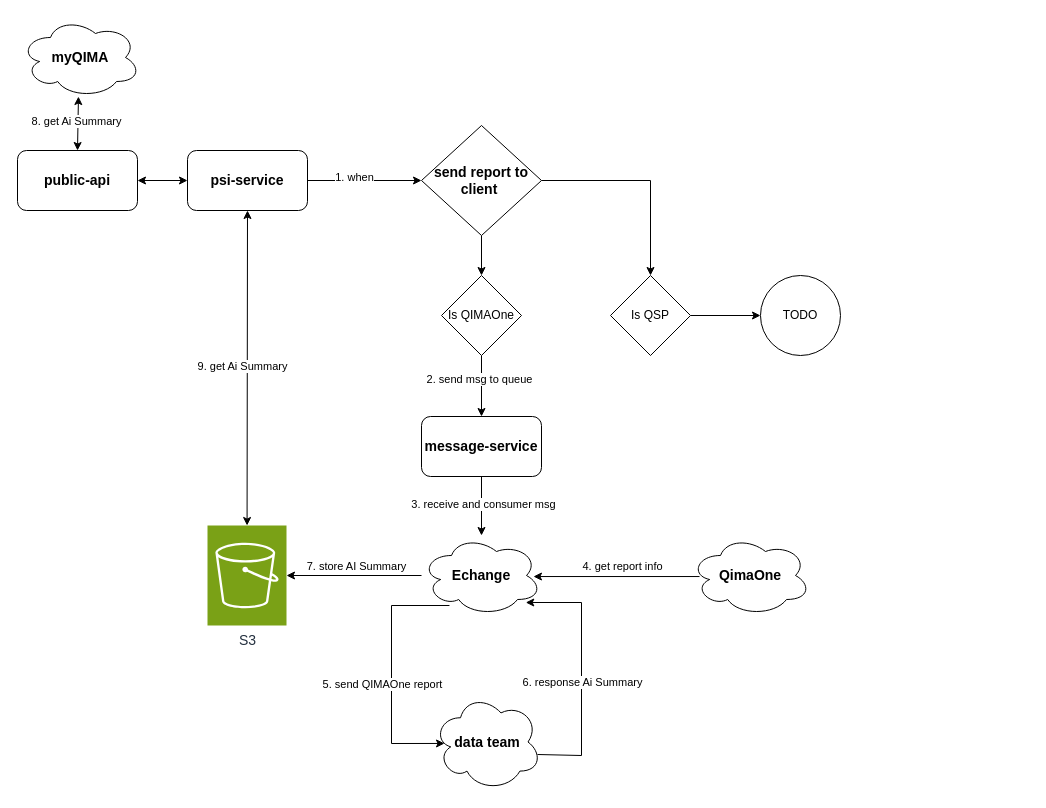
Earlier version of the draw.io diagram AI Summary.drawio (johnApp86/diagrams). Source tidied: cells renumbered, new cells numbered last; positions are measured from the earlier drawing's top-left corner, leaving out a move shared by most shapes. Both pictures are drawn from the tidied source at 100%, with x=0, y=0 at pixel (17, 17).
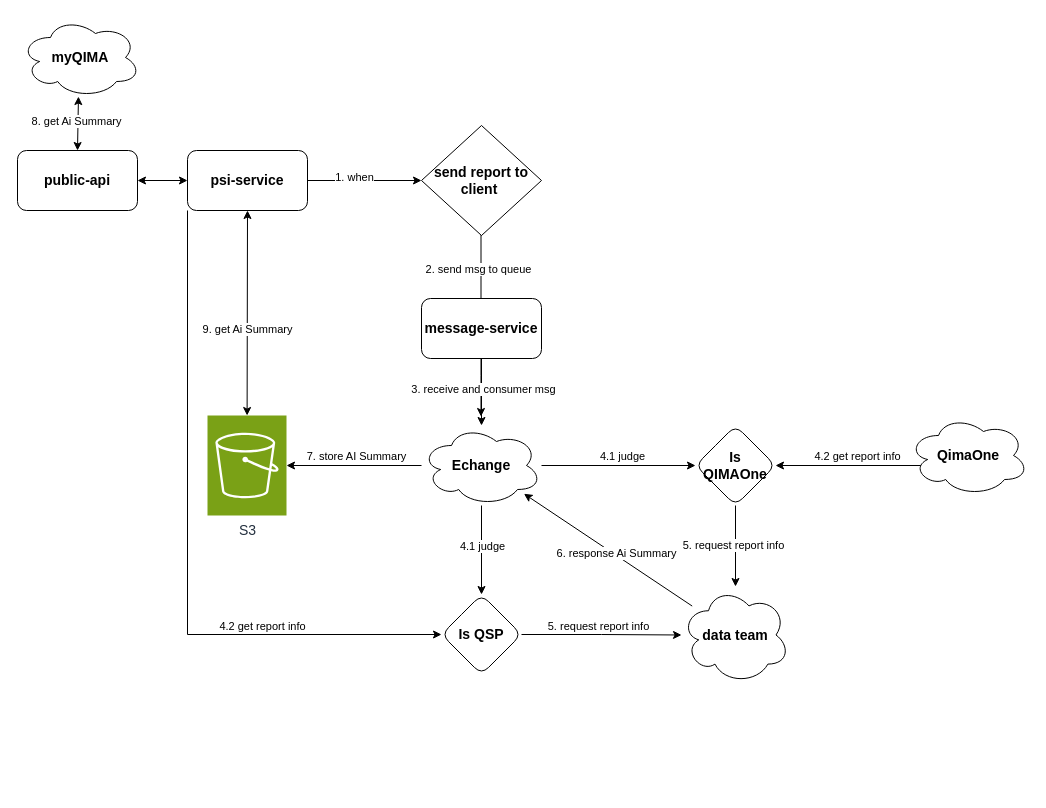
The same diagram, later.

The change refers to these unchanged cells:
```xml
<mxCell id="5" value="psi-service" style="rounded=1;whiteSpace=wrap;html=1;fontStyle=1;fontSize=14;" parent="1" vertex="1">
  <mxGeometry x="170" y="133" width="120" height="60" as="geometry" />
</mxCell>
<mxCell id="15" value="&lt;span style=&quot;font-size: 14px; font-weight: 700;&quot;&gt;send report to client&amp;nbsp;&lt;/span&gt;" style="rhombus;whiteSpace=wrap;html=1;" parent="1" vertex="1">
  <mxGeometry x="404" y="108" width="120" height="110" as="geometry" />
</mxCell>
```

The edit, as a diff of the source:
```diff
@@
+    <mxCell id="36" style="edgeStyle=orthogonalEdgeStyle;rounded=0;jettySize=auto;html=1;exitX=0;exitY=1;exitDx=0;exitDy=0;entryX=0;entryY=0.5;entryDx=0;entryDy=0;" parent="1" edge="1" source="5" target="25">
+      <mxGeometry relative="1" as="geometry">
+        <Array as="points">
+          <mxPoint x="170" y="617" />
+        </Array>
+      </mxGeometry>
+    </mxCell>
+    <mxCell id="37" value="4.2 get report info" style="edgeLabel;html=1;align=center;verticalAlign=middle;" parent="36" vertex="1">
+      <mxGeometry x="0.59" y="-2" relative="1" as="geometry">
+        <mxPoint x="-41" y="-11" as="offset" />
+      </mxGeometry>
+    </mxCell>
@@
-    <mxCell id="6" style="edgeStyle=orthogonalEdgeStyle;rounded=0;jettySize=auto;html=1;exitX=0.963;exitY=0.629;exitDx=0;exitDy=0;exitPerimeter=0;" parent="1" edge="1" source="8" target="20">
-      <mxGeometry relative="1" as="geometry">
-        <Array as="points">
-          <mxPoint x="564" y="738" />
-          <mxPoint x="564" y="585" />
-        </Array>
-      </mxGeometry>
-    </mxCell>
-    <mxCell id="7" value="&lt;font&gt;6. response Ai Summary&lt;/font&gt;" style="edgeLabel;html=1;align=center;verticalAlign=middle;fontStyle=0;" parent="6" vertex="1">
-      <mxGeometry x="-0.07" y="-2" relative="1" as="geometry">
-        <mxPoint x="-2" as="offset" />
-      </mxGeometry>
-    </mxCell>
     <mxCell id="8" value="data team" style="ellipse;shape=cloud;whiteSpace=wrap;html=1;fontSize=14;rounded=1;fontStyle=1;" parent="1" vertex="1">
-      <mxGeometry x="416" y="676" width="108" height="97" as="geometry" />
+      <mxGeometry x="664" y="569" width="108" height="97" as="geometry" />
     </mxCell>
-    <mxCell id="9" style="edgeStyle=orthogonalEdgeStyle;rounded=0;jettySize=auto;html=1;entryX=0.933;entryY=0.513;entryDx=0;entryDy=0;entryPerimeter=0;exitX=0.075;exitY=0.513;exitDx=0;exitDy=0;exitPerimeter=0;" parent="1" edge="1" source="11" target="20">
-      <mxGeometry relative="1" as="geometry" />
+    <mxCell id="9" style="edgeStyle=orthogonalEdgeStyle;rounded=0;jettySize=auto;html=1;exitX=0.083;exitY=0.625;exitDx=0;exitDy=0;exitPerimeter=0;entryX=1;entryY=0.5;entryDx=0;entryDy=0;" parent="1" edge="1" source="11" target="23">
+      <mxGeometry relative="1" as="geometry">
+        <Array as="points">
+          <mxPoint x="914" y="448" />
+        </Array>
+      </mxGeometry>
     </mxCell>
-    <mxCell id="10" value="4. get report info" style="edgeLabel;html=1;align=center;verticalAlign=middle;fontSize=11;" parent="9" vertex="1">
+    <mxCell id="10" value="4.2 get report info" style="edgeLabel;html=1;align=center;verticalAlign=middle;fontSize=11;" parent="9" vertex="1">
       <mxGeometry x="0.16" y="-3" relative="1" as="geometry">
-        <mxPoint x="18" y="-8" as="offset" />
+        <mxPoint x="10" y="-7" as="offset" />
       </mxGeometry>
     </mxCell>
     <mxCell id="11" value="QimaOne" style="ellipse;shape=cloud;whiteSpace=wrap;html=1;fontSize=14;rounded=1;fontStyle=1;" parent="1" vertex="1">
-      <mxGeometry x="673" y="518" width="120" height="80" as="geometry" />
+      <mxGeometry x="891" y="398" width="120" height="80" as="geometry" />
     </mxCell>
     <mxCell id="12" value="&lt;font style=&quot;font-size: 14px;&quot;&gt;S3&lt;/font&gt;" style="sketch=0;points=[[0,0,0],[0.25,0,0],[0.5,0,0],[0.75,0,0],[1,0,0],[0,1,0],[0.25,1,0],[0.5,1,0],[0.75,1,0],[1,1,0],[0,0.25,0],[0,0.5,0],[0,0.75,0],[1,0.25,0],[1,0.5,0],[1,0.75,0]];outlineConnect=0;fontColor=#232F3E;fillColor=#7AA116;strokeColor=#ffffff;dashed=0;verticalLabelPosition=bottom;verticalAlign=top;align=center;html=1;fontSize=12;fontStyle=0;shape=mxgraph.aws4.resourceIcon;resIcon=mxgraph.aws4.s3;" parent="1" vertex="1">
-      <mxGeometry x="190" y="508" width="79" height="100" as="geometry" />
+      <mxGeometry x="190" y="398" width="79" height="100" as="geometry" />
     </mxCell>
-    <mxCell id="13" style="edgeStyle=orthogonalEdgeStyle;rounded=0;jettySize=auto;html=1;exitX=1;exitY=0.5;exitDx=0;exitDy=0;" parent="1" edge="1" source="15" target="25">
-      <mxGeometry relative="1" as="geometry" />
-    </mxCell>
-    <mxCell id="14" style="edgeStyle=orthogonalEdgeStyle;rounded=0;jettySize=auto;html=1;" parent="1" edge="1" source="15" target="23">
-      <mxGeometry relative="1" as="geometry" />
-    </mxCell>
@@
-    <mxCell id="16" style="edgeStyle=orthogonalEdgeStyle;rounded=0;jettySize=auto;html=1;exitX=0.233;exitY=0.875;exitDx=0;exitDy=0;exitPerimeter=0;entryX=0.102;entryY=0.515;entryDx=0;entryDy=0;entryPerimeter=0;" parent="1" edge="1" source="20" target="8">
-      <mxGeometry relative="1" as="geometry">
-        <Array as="points">
-          <mxPoint x="374" y="588" />
-          <mxPoint x="374" y="726" />
-        </Array>
-      </mxGeometry>
-    </mxCell>
-    <mxCell id="17" value="5. send QIMAOne report" style="edgeLabel;html=1;align=center;verticalAlign=middle;fontSize=11;" parent="16" vertex="1">
-      <mxGeometry x="-0.08" y="-4" relative="1" as="geometry">
-        <mxPoint x="-6" y="21" as="offset" />
-      </mxGeometry>
-    </mxCell>
@@
+    <mxCell id="38" style="edgeStyle=orthogonalEdgeStyle;rounded=0;jettySize=auto;html=1;" parent="1" edge="1" source="20" target="23">
+      <mxGeometry relative="1" as="geometry" />
+    </mxCell>
+    <mxCell id="39" value="4.1&amp;nbsp;judge" style="edgeLabel;html=1;align=center;verticalAlign=middle;" parent="38" vertex="1">
+      <mxGeometry x="-0.19" y="-1" relative="1" as="geometry">
+        <mxPoint x="18" y="-11" as="offset" />
+      </mxGeometry>
+    </mxCell>
+    <mxCell id="40" style="edgeStyle=orthogonalEdgeStyle;rounded=0;jettySize=auto;html=1;" parent="1" edge="1" source="20" target="25">
+      <mxGeometry relative="1" as="geometry" />
+    </mxCell>
+    <mxCell id="41" value="4.1&amp;nbsp;judge" style="edgeLabel;html=1;align=center;verticalAlign=middle;" parent="40" vertex="1">
+      <mxGeometry x="-0.57" relative="1" as="geometry">
+        <mxPoint y="21" as="offset" />
+      </mxGeometry>
+    </mxCell>
     <mxCell id="20" value="Echange" style="ellipse;shape=cloud;whiteSpace=wrap;html=1;fontSize=14;rounded=1;fontStyle=1;" parent="1" vertex="1">
-      <mxGeometry x="404" y="518" width="120" height="80" as="geometry" />
+      <mxGeometry x="404" y="408" width="120" height="80" as="geometry" />
     </mxCell>
-    <mxCell id="21" style="edgeStyle=orthogonalEdgeStyle;rounded=0;jettySize=auto;html=1;" parent="1" edge="1" source="23" target="29">
-      <mxGeometry relative="1" as="geometry" />
+    <mxCell id="21" style="edgeStyle=orthogonalEdgeStyle;rounded=0;jettySize=auto;html=1;" parent="1" edge="1" source="15">
+      <mxGeometry relative="1" as="geometry">
+        <mxPoint x="463.5" y="399" as="targetPoint" />
+        <Array as="points">
+          <mxPoint x="464" y="358" />
+        </Array>
+      </mxGeometry>
     </mxCell>
     <mxCell id="22" value="2. send msg to queue" style="edgeLabel;html=1;align=center;verticalAlign=middle;" parent="21" vertex="1">
       <mxGeometry x="-0.57" y="-3" relative="1" as="geometry">
-        <mxPoint y="10" as="offset" />
+        <mxPoint y="-5" as="offset" />
       </mxGeometry>
     </mxCell>
-    <mxCell id="23" value="Is QIMAOne" style="rhombus;whiteSpace=wrap;html=1;" parent="1" vertex="1">
-      <mxGeometry x="424" y="258" width="80" height="80" as="geometry" />
-    </mxCell>
-    <mxCell id="24" style="edgeStyle=orthogonalEdgeStyle;rounded=0;jettySize=auto;html=1;" parent="1" edge="1" source="25" target="26">
-      <mxGeometry relative="1" as="geometry" />
-    </mxCell>
-    <mxCell id="25" value="Is QSP" style="rhombus;whiteSpace=wrap;html=1;" parent="1" vertex="1">
-      <mxGeometry x="593" y="258" width="80" height="80" as="geometry" />
-    </mxCell>
-    <mxCell id="26" value="TODO" style="ellipse;whiteSpace=wrap;html=1;" parent="1" vertex="1">
-      <mxGeometry x="743" y="258" width="80" height="80" as="geometry" />
-    </mxCell>
@@
     <mxCell id="29" value="message-service" style="rounded=1;whiteSpace=wrap;html=1;fontSize=14;fontStyle=1;" parent="1" vertex="1">
-      <mxGeometry x="404" y="399" width="120" height="60" as="geometry" />
+      <mxGeometry x="404" y="281" width="120" height="60" as="geometry" />
     </mxCell>
@@
     <mxCell id="35" value="9. get Ai Summary" style="edgeLabel;html=1;align=center;verticalAlign=middle;" parent="1" vertex="1">
-      <mxGeometry x="224" y="348" as="geometry" />
+      <mxGeometry x="229.5" y="311" as="geometry" />
     </mxCell>
+    <mxCell id="42" style="edgeStyle=orthogonalEdgeStyle;rounded=0;jettySize=auto;html=1;" parent="1" edge="1" source="23" target="8">
+      <mxGeometry relative="1" as="geometry" />
+    </mxCell>
+    <mxCell id="43" value="5. request report info" style="edgeLabel;html=1;align=center;verticalAlign=middle;" parent="42" vertex="1">
+      <mxGeometry x="-0.04" y="-3" relative="1" as="geometry" />
+    </mxCell>
+    <mxCell id="23" value="Is QIMAOne" style="rhombus;whiteSpace=wrap;html=1;fontSize=14;rounded=1;fontStyle=1;" parent="1" vertex="1">
+      <mxGeometry x="678" y="408" width="80" height="80" as="geometry" />
+    </mxCell>
+    <mxCell id="44" style="edgeStyle=orthogonalEdgeStyle;rounded=0;jettySize=auto;html=1;" parent="1" edge="1" source="25" target="8">
+      <mxGeometry relative="1" as="geometry" />
+    </mxCell>
+    <mxCell id="45" value="5. request report info" style="edgeLabel;html=1;align=center;verticalAlign=middle;" parent="44" vertex="1">
+      <mxGeometry x="-0.16" y="1" relative="1" as="geometry">
+        <mxPoint x="9" y="-8" as="offset" />
+      </mxGeometry>
+    </mxCell>
+    <mxCell id="25" value="Is QSP" style="rhombus;whiteSpace=wrap;html=1;fontSize=14;rounded=1;fontStyle=1;" parent="1" vertex="1">
+      <mxGeometry x="424" y="577" width="80" height="80" as="geometry" />
+    </mxCell>
+    <mxCell id="6" style="endArrow=classic;html=1;rounded=0;" parent="1" edge="1" source="8" target="20">
+      <mxGeometry relative="1" as="geometry" />
+    </mxCell>
+    <mxCell id="7" value="6. response Ai Summary" style="edgeLabel;html=1;align=center;verticalAlign=middle;" parent="6" vertex="1">
+      <mxGeometry x="-0.08" y="-2" relative="1" as="geometry" />
+    </mxCell>
```
